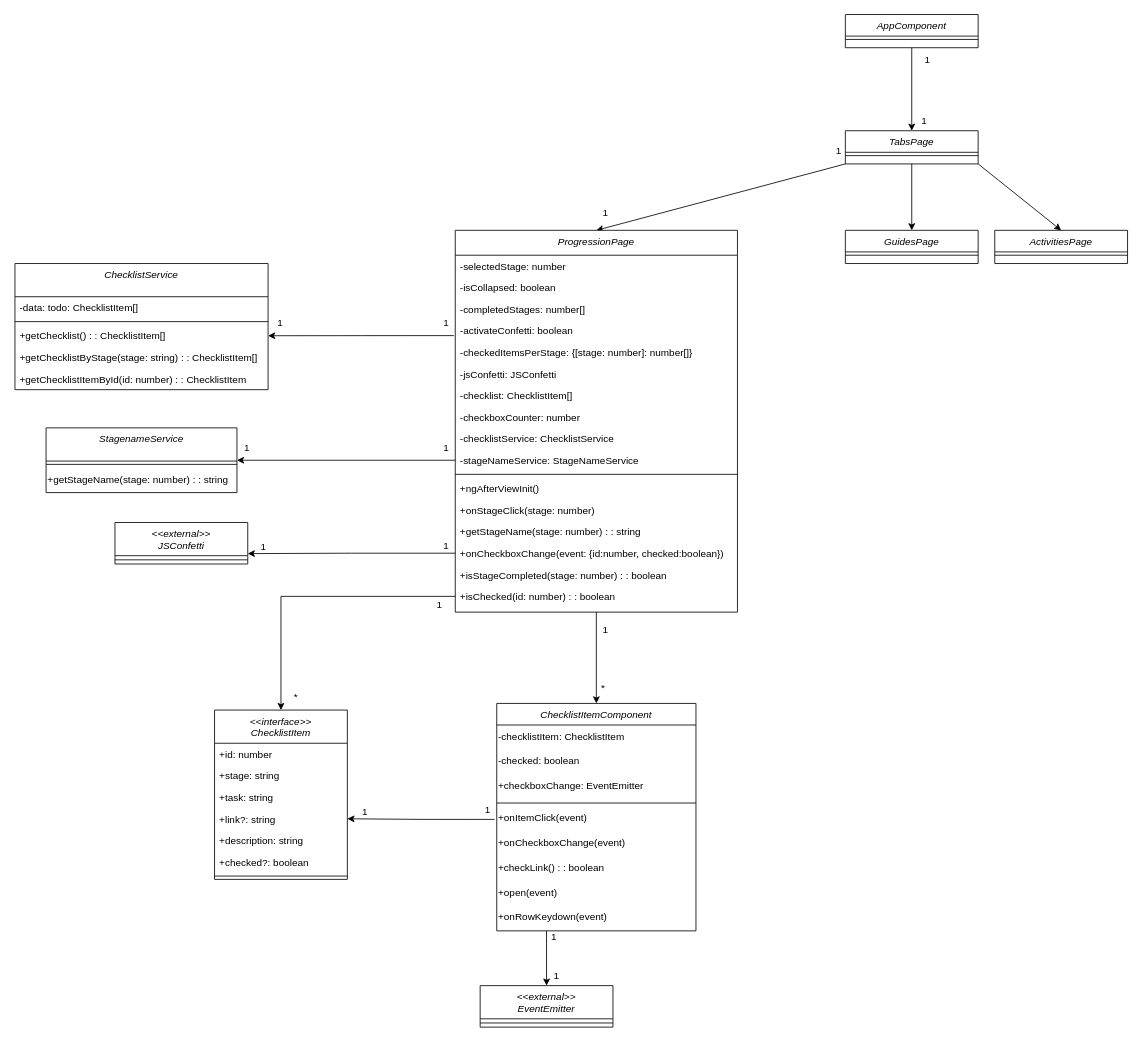
Above: page "Seite-2" (2 of 2) of erasmore.drawio in milkustron/erasmore (draw.io), before the change. Source tidied: cells renumbered, new cells numbered last; positions are measured from the earlier drawing's top-left corner, leaving out a move shared by most shapes. Both pictures are drawn from the tidied source at 83%, with x=0, y=0 at pixel (15, 14).
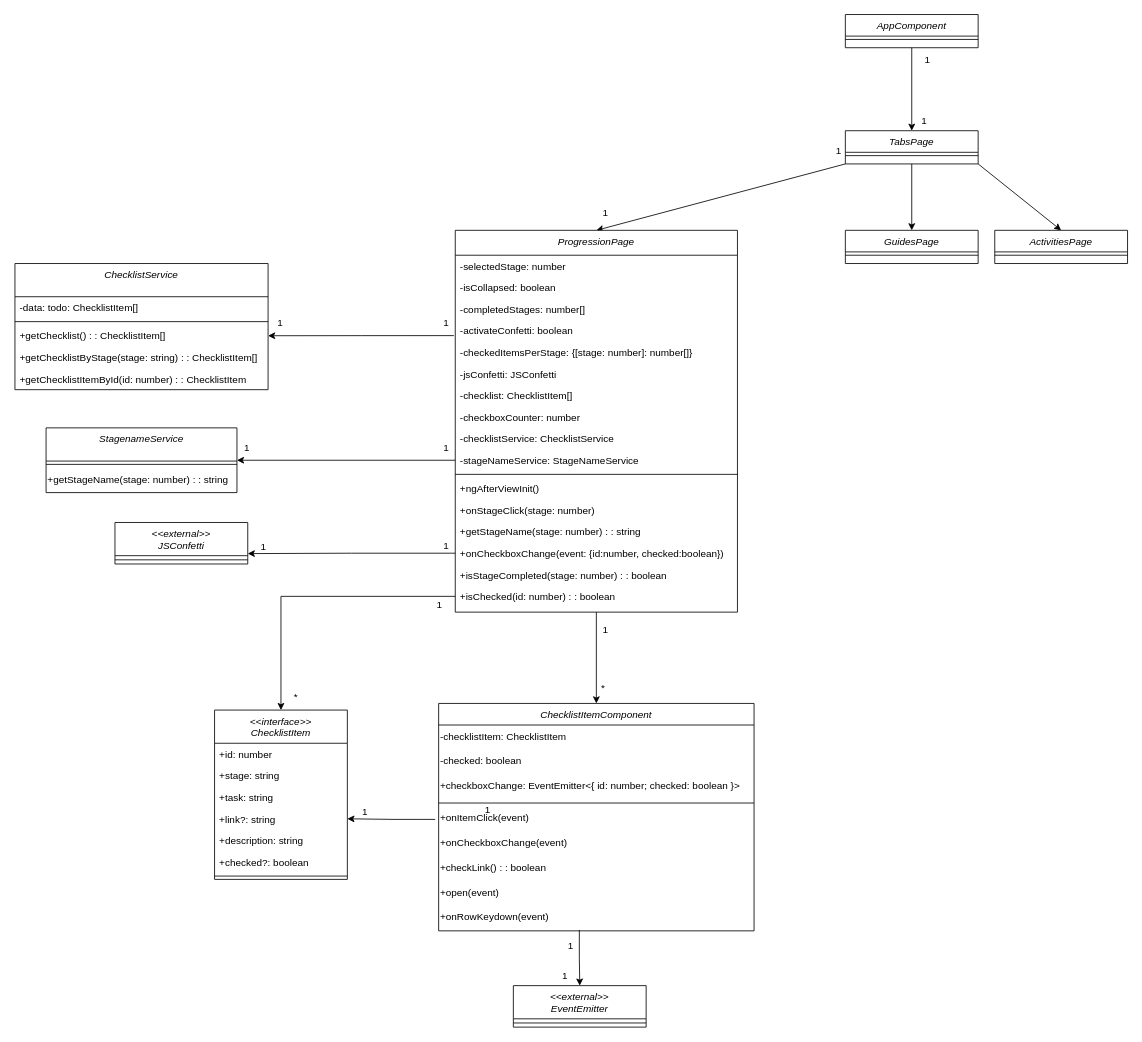
The same diagram, later.

Change to the diagram source:
```diff
@@
     <mxCell id="21" value="ChecklistItemComponent" style="swimlane;fontStyle=2;align=center;verticalAlign=top;horizontal=1;startSize=26;rounded=0;shadow=0;strokeWidth=1;" parent="1" vertex="1">
-      <mxGeometry x="580" y="830" width="240" height="274" as="geometry" />
+      <mxGeometry x="510" y="830" width="380" height="274" as="geometry" />
     </mxCell>
     <mxCell id="22" value="-checklistItem: ChecklistItem" style="text;html=1;align=left;verticalAlign=top;strokeColor=none;fillColor=none;" parent="21" vertex="1">
-      <mxGeometry y="26" width="240" height="30" as="geometry" />
+      <mxGeometry y="26" width="380" height="30" as="geometry" />
     </mxCell>
     <mxCell id="23" value="-checked: boolean" style="text;html=1;align=left;verticalAlign=top;strokeColor=none;fillColor=none;" parent="21" vertex="1">
-      <mxGeometry y="56" width="240" height="30" as="geometry" />
+      <mxGeometry y="56" width="380" height="30" as="geometry" />
     </mxCell>
-    <mxCell id="24" value="+checkboxChange: EventEmitter" style="text;html=1;align=left;verticalAlign=top;strokeColor=none;fillColor=none;" parent="21" vertex="1">
-      <mxGeometry y="86" width="240" height="30" as="geometry" />
+    <mxCell id="24" value="+checkboxChange: EventEmitter&amp;lt;{ id: number; checked: boolean }&amp;gt;" style="text;html=1;align=left;verticalAlign=top;strokeColor=none;fillColor=none;" parent="21" vertex="1">
+      <mxGeometry y="86" width="380" height="30" as="geometry" />
     </mxCell>
     <mxCell id="25" style="line;html=1;strokeWidth=1;align=left;verticalAlign=middle;spacingTop=-1;spacingLeft=3;spacingRight=3;labelPosition=right;" parent="21" vertex="1">
-      <mxGeometry y="116" width="240" height="8" as="geometry" />
+      <mxGeometry y="116" width="380" height="8" as="geometry" />
     </mxCell>
     <mxCell id="26" value="+onItemClick(event)" style="text;html=1;align=left;verticalAlign=top;points=[];strokeColor=none;fillColor=none;" parent="21" vertex="1">
-      <mxGeometry y="124" width="240" height="30" as="geometry" />
+      <mxGeometry y="124" width="380" height="30" as="geometry" />
     </mxCell>
     <mxCell id="27" value="+onCheckboxChange(event)" style="text;html=1;align=left;verticalAlign=top;strokeColor=none;fillColor=none;" parent="21" vertex="1">
-      <mxGeometry y="154" width="240" height="30" as="geometry" />
+      <mxGeometry y="154" width="380" height="30" as="geometry" />
     </mxCell>
     <mxCell id="28" value="+checkLink() : : boolean" style="text;html=1;align=left;verticalAlign=top;strokeColor=none;fillColor=none;" parent="21" vertex="1">
-      <mxGeometry y="184" width="240" height="30" as="geometry" />
+      <mxGeometry y="184" width="380" height="30" as="geometry" />
     </mxCell>
     <mxCell id="29" value="+open(event)" style="text;html=1;align=left;verticalAlign=top;strokeColor=none;fillColor=none;" parent="21" vertex="1">
-      <mxGeometry y="214" width="240" height="30" as="geometry" />
+      <mxGeometry y="214" width="380" height="30" as="geometry" />
     </mxCell>
     <mxCell id="30" value="+onRowKeydown(event)" style="text;html=1;align=left;verticalAlign=top;points=[];strokeColor=none;fillColor=none;" parent="21" vertex="1">
-      <mxGeometry y="244" width="240" height="30" as="geometry" />
+      <mxGeometry y="244" width="380" height="30" as="geometry" />
     </mxCell>
@@
-    <mxCell id="68" style="edgeStyle=orthogonalEdgeStyle;rounded=0;jettySize=auto;html=1;exitX=0.25;exitY=1;exitDx=0;exitDy=0;" parent="1" edge="1" source="21" target="69">
+    <mxCell id="68" style="edgeStyle=orthogonalEdgeStyle;rounded=0;jettySize=auto;html=1;exitX=0.446;exitY=0.967;exitDx=0;exitDy=0;exitPerimeter=0;" parent="1" edge="1" source="30" target="69">
       <mxGeometry relative="1" as="geometry" />
     </mxCell>
     <mxCell id="69" value="&lt;&lt;external&gt;&gt;&#10;EventEmitter" style="swimlane;fontStyle=2;align=center;verticalAlign=top;horizontal=1;startSize=40;rounded=0;shadow=0;strokeWidth=1;" parent="1" vertex="1">
-      <mxGeometry x="560" y="1170" width="160" height="50" as="geometry" />
+      <mxGeometry x="600" y="1170" width="160" height="50" as="geometry" />
     </mxCell>
@@
     <mxCell id="87" value="1" style="align=left;verticalAlign=bottom;labelBackgroundColor=none;fontSize=12;" parent="1" vertex="1">
-      <mxGeometry x="640" y="1120" as="geometry">
+      <mxGeometry x="660" y="1130" as="geometry">
         <mxPoint x="4" as="offset" />
       </mxGeometry>
     </mxCell>
     <mxCell id="88" value="1" style="align=left;verticalAlign=bottom;labelBackgroundColor=none;fontSize=12;" parent="1" vertex="1">
-      <mxGeometry x="650" y="1160" as="geometry">
+      <mxGeometry x="660" y="1160" as="geometry">
         <mxPoint x="-3" y="7" as="offset" />
       </mxGeometry>
     </mxCell>
```
